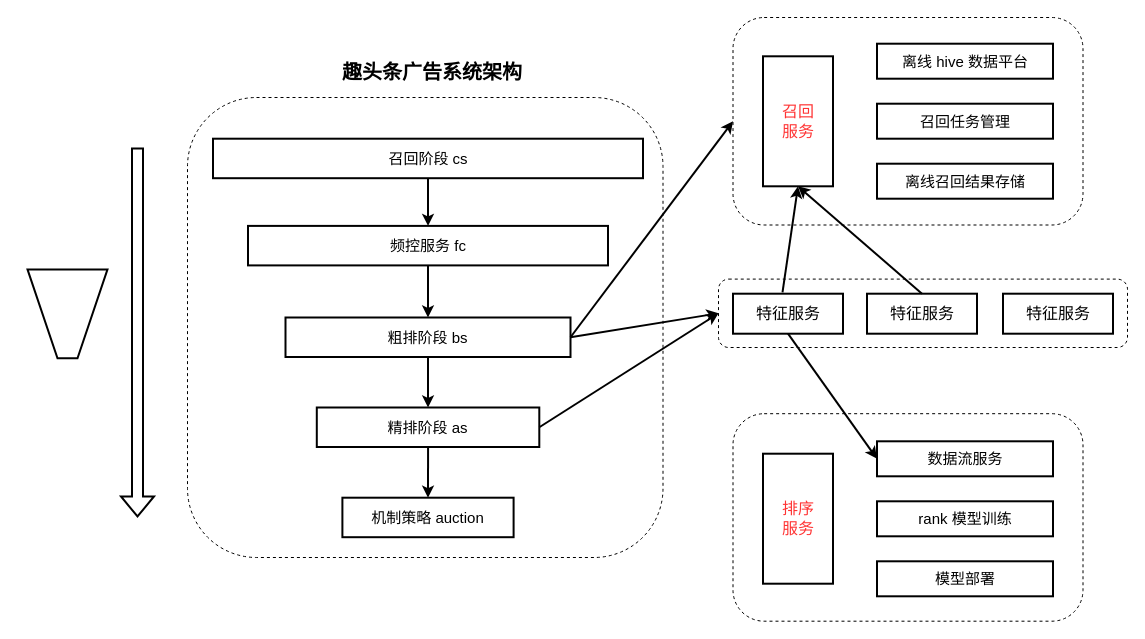
Before: rec_map.drawio in wenzhenmiao/SelfUse, a draw.io diagram. Source tidied: cells renumbered, new cells numbered last; positions are measured from the earlier drawing's top-left corner, leaving out a move shared by most shapes. Both pictures are drawn from the tidied source at 100%, with x=0, y=0 at pixel (27, 17).
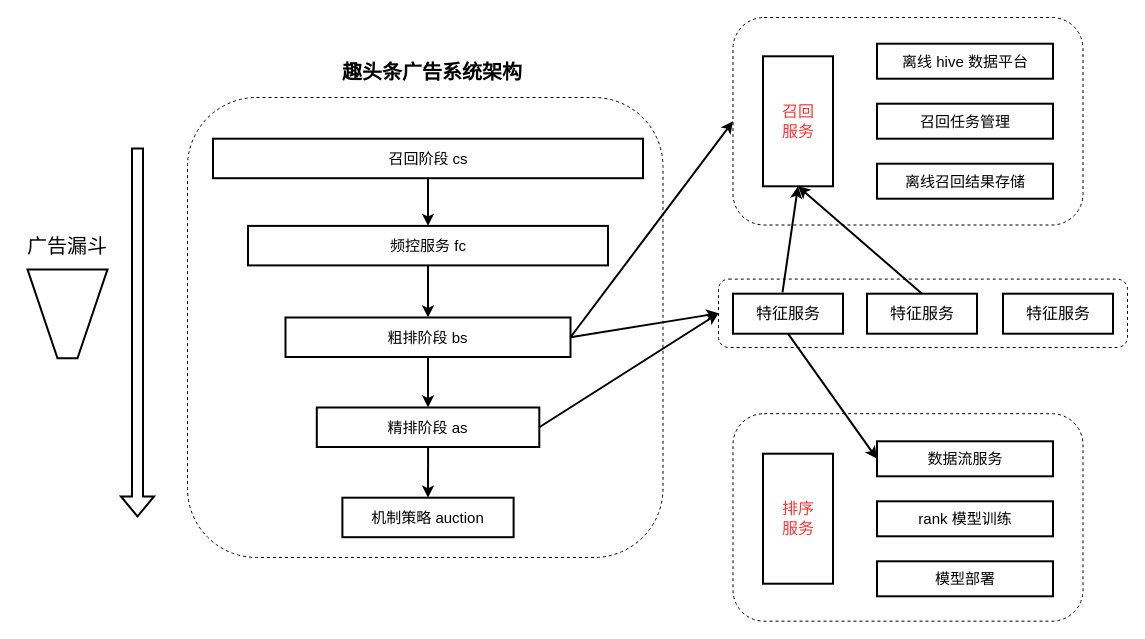
Above is the later version.

Change to the diagram source:
```diff
@@
+    <mxCell id="35" value="广告漏斗" style="text;html=1;strokeColor=none;fillColor=none;align=center;verticalAlign=middle;whiteSpace=wrap;rounded=0;fontSize=20;fontColor=#000000;" parent="1" vertex="1">
+      <mxGeometry x="-10" y="213.1" width="100" height="30" as="geometry" />
+    </mxCell>
```
